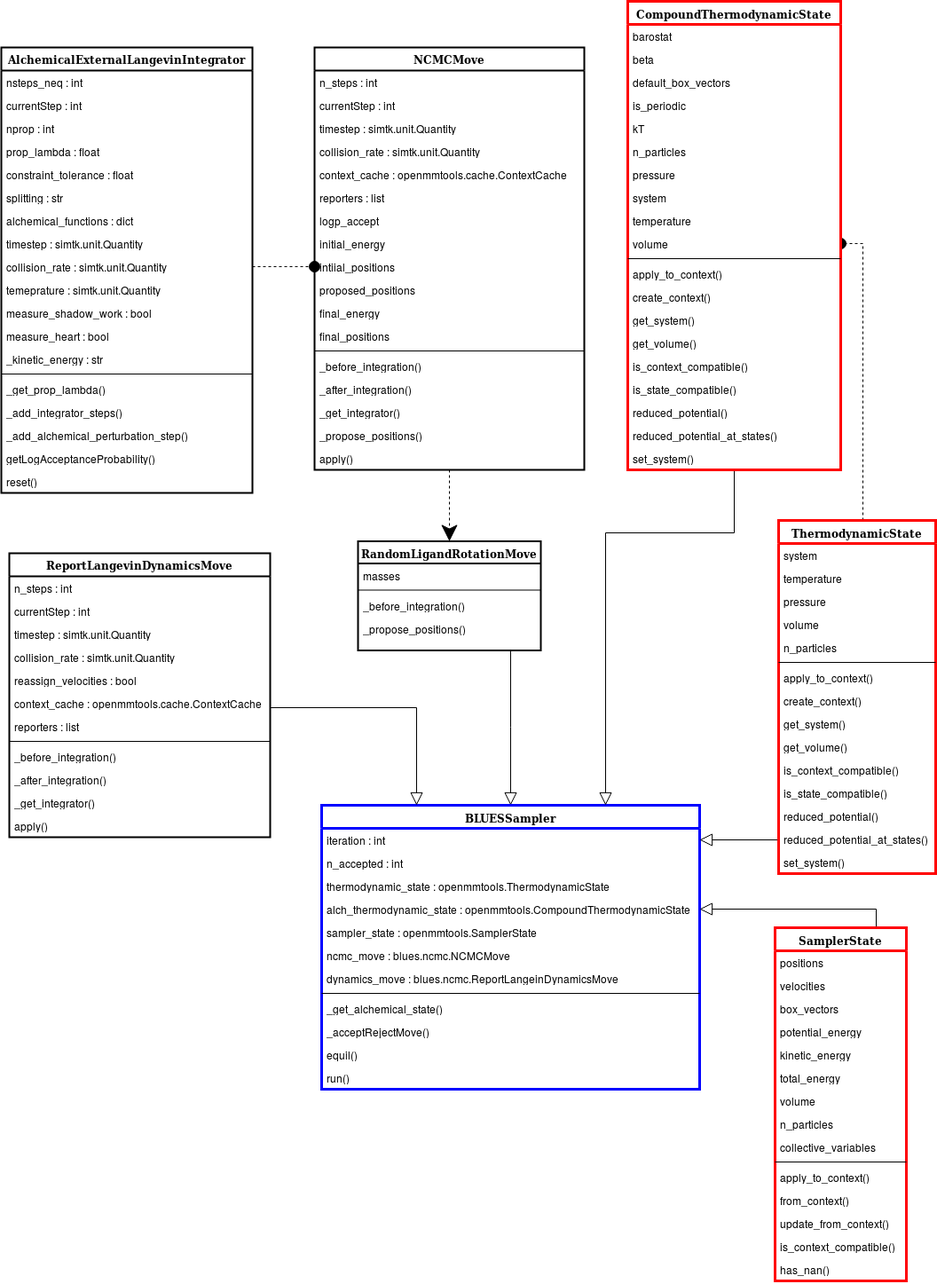
Before: images/uml.png, a diagram exported from draw.io (MobleyLab/blues). Source tidied: cells renumbered, new cells last; positions are measured from the earlier drawing's top-left corner, leaving out a move shared by most shapes.
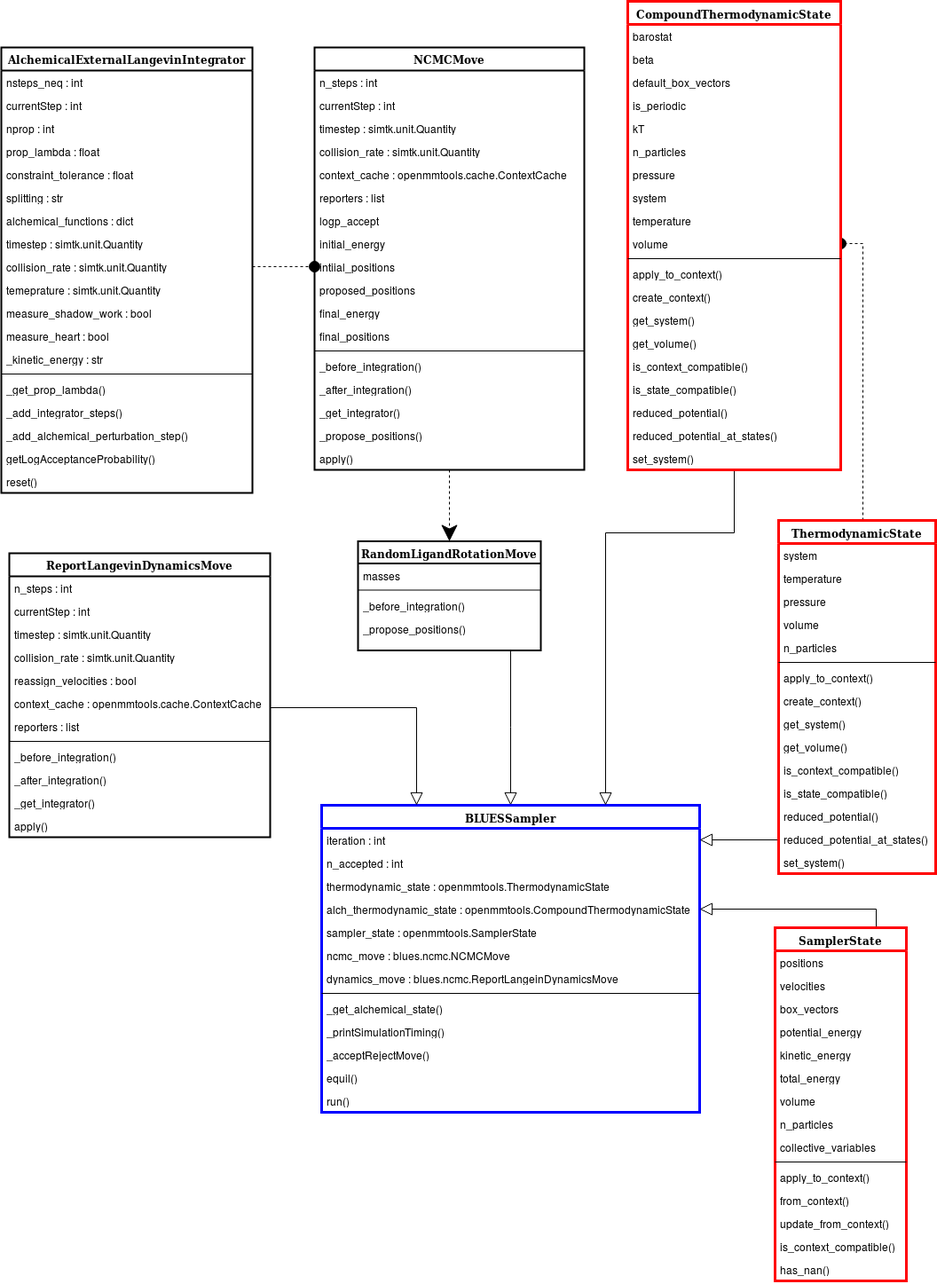
After the change.

Change to the diagram source:
```diff
@@ -83,7 +83,7 @@
       <mxGeometry y="85" width="206" height="26" as="geometry" />
     </mxCell>
     <mxCell id="27" value="&lt;div&gt;BLUESSampler&lt;/div&gt;" style="swimlane;html=1;fontStyle=1;align=center;verticalAlign=top;horizontal=1;startSize=26;swimlaneFillColor=#ffffff;rounded=0;shadow=0;comic=0;labelBackgroundColor=none;strokeColor=#0000FF;strokeWidth=3;fillColor=none;fontFamily=Verdana;fontSize=12;fontColor=#000000;" parent="1" vertex="1">
-      <mxGeometry x="361" y="906" width="426" height="320" as="geometry" />
+      <mxGeometry x="361" y="906" width="426" height="346" as="geometry" />
     </mxCell>
     <mxCell id="28" value="&lt;div&gt;iteration : int&lt;/div&gt;" style="text;html=1;strokeColor=none;fillColor=none;align=left;verticalAlign=top;spacingLeft=4;spacingRight=4;whiteSpace=wrap;overflow=hidden;points=[[0,0.5],[1,0.5]];portConstraint=eastwest;" parent="27" vertex="1">
       <mxGeometry y="26" width="426" height="26" as="geometry" />
@@ -112,14 +112,17 @@
     <mxCell id="36" value="_get_alchemical_state()" style="text;html=1;strokeColor=none;fillColor=none;align=left;verticalAlign=top;spacingLeft=4;spacingRight=4;whiteSpace=wrap;overflow=hidden;" parent="27" vertex="1">
       <mxGeometry y="216" width="426" height="26" as="geometry" />
     </mxCell>
+    <mxCell id="133" value="&lt;div&gt;_printSimulationTiming()&lt;/div&gt;" style="text;html=1;strokeColor=none;fillColor=none;align=left;verticalAlign=top;spacingLeft=4;spacingRight=4;whiteSpace=wrap;overflow=hidden;" parent="27" vertex="1">
+      <mxGeometry y="242" width="426" height="26" as="geometry" />
+    </mxCell>
     <mxCell id="37" value="_acceptRejectMove()" style="text;html=1;strokeColor=none;fillColor=none;align=left;verticalAlign=top;spacingLeft=4;spacingRight=4;whiteSpace=wrap;overflow=hidden;" parent="27" vertex="1">
-      <mxGeometry y="242" width="426" height="26" as="geometry" />
+      <mxGeometry y="268" width="426" height="26" as="geometry" />
     </mxCell>
     <mxCell id="38" value="equil()" style="text;html=1;strokeColor=none;fillColor=none;align=left;verticalAlign=top;spacingLeft=4;spacingRight=4;whiteSpace=wrap;overflow=hidden;" parent="27" vertex="1">
-      <mxGeometry y="268" width="426" height="26" as="geometry" />
+      <mxGeometry y="294" width="426" height="26" as="geometry" />
     </mxCell>
     <mxCell id="39" value="run()" style="text;html=1;strokeColor=none;fillColor=none;align=left;verticalAlign=top;spacingLeft=4;spacingRight=4;whiteSpace=wrap;overflow=hidden;" parent="27" vertex="1">
-      <mxGeometry y="294" width="426" height="26" as="geometry" />
+      <mxGeometry y="320" width="426" height="26" as="geometry" />
     </mxCell>
     <mxCell id="40" style="edgeStyle=orthogonalEdgeStyle;rounded=0;jettySize=auto;html=1;endArrow=block;endFill=0;endSize=12;strokeWidth=1;entryX=1;entryY=0.5;entryDx=0;entryDy=0;" parent="1" edge="1" source="41" target="31">
       <mxGeometry relative="1" as="geometry">
```
